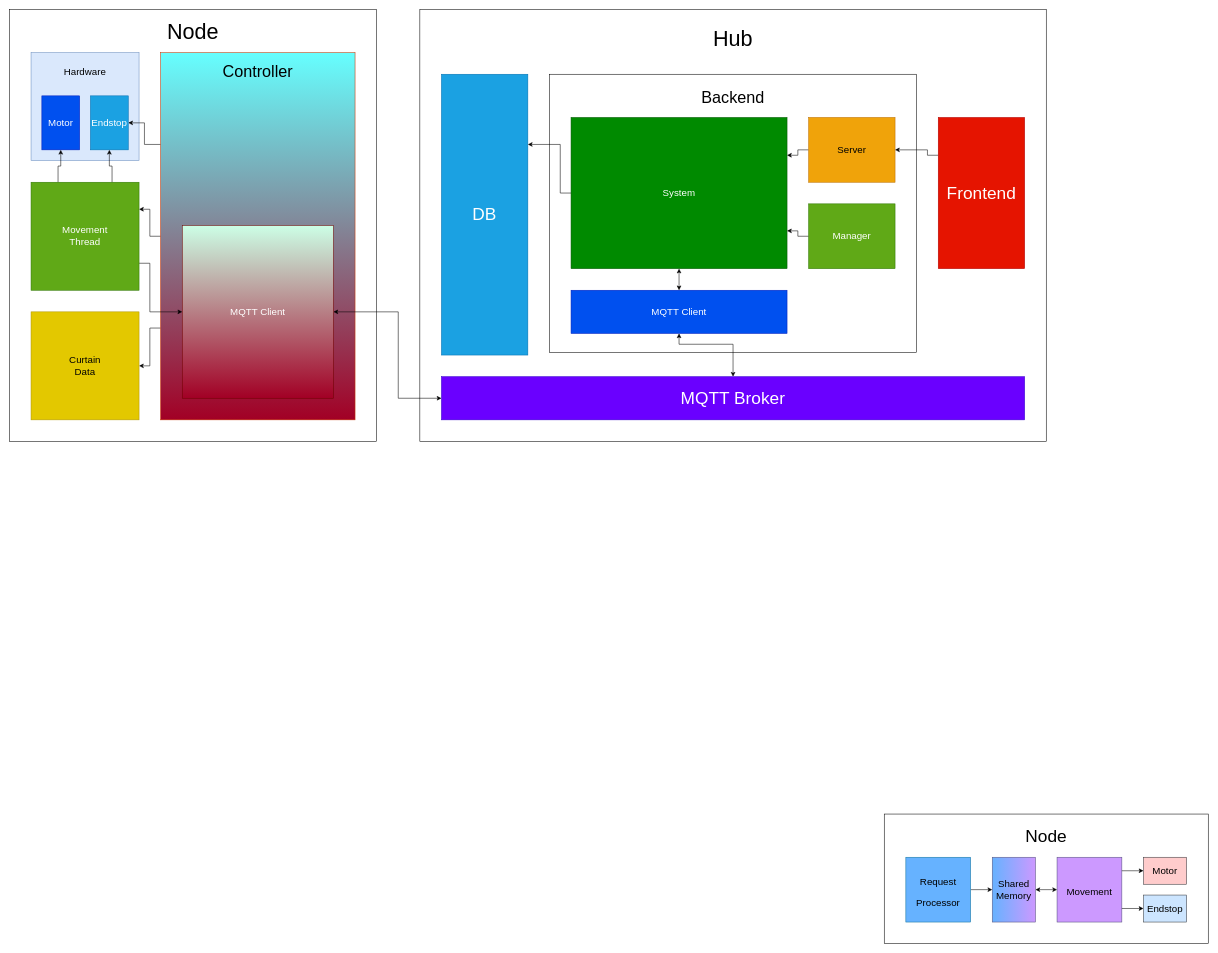
Above: Documentation/DrawIO/ADS.drawio in MPZinke/SmartCurtain (draw.io), before the change. Source tidied: cells renumbered, new cells numbered last; positions are measured from the earlier drawing's top-left corner, leaving out a move shared by most shapes. Both pictures are drawn from the tidied source at 54%, with x=0, y=0 at pixel (9, 9).
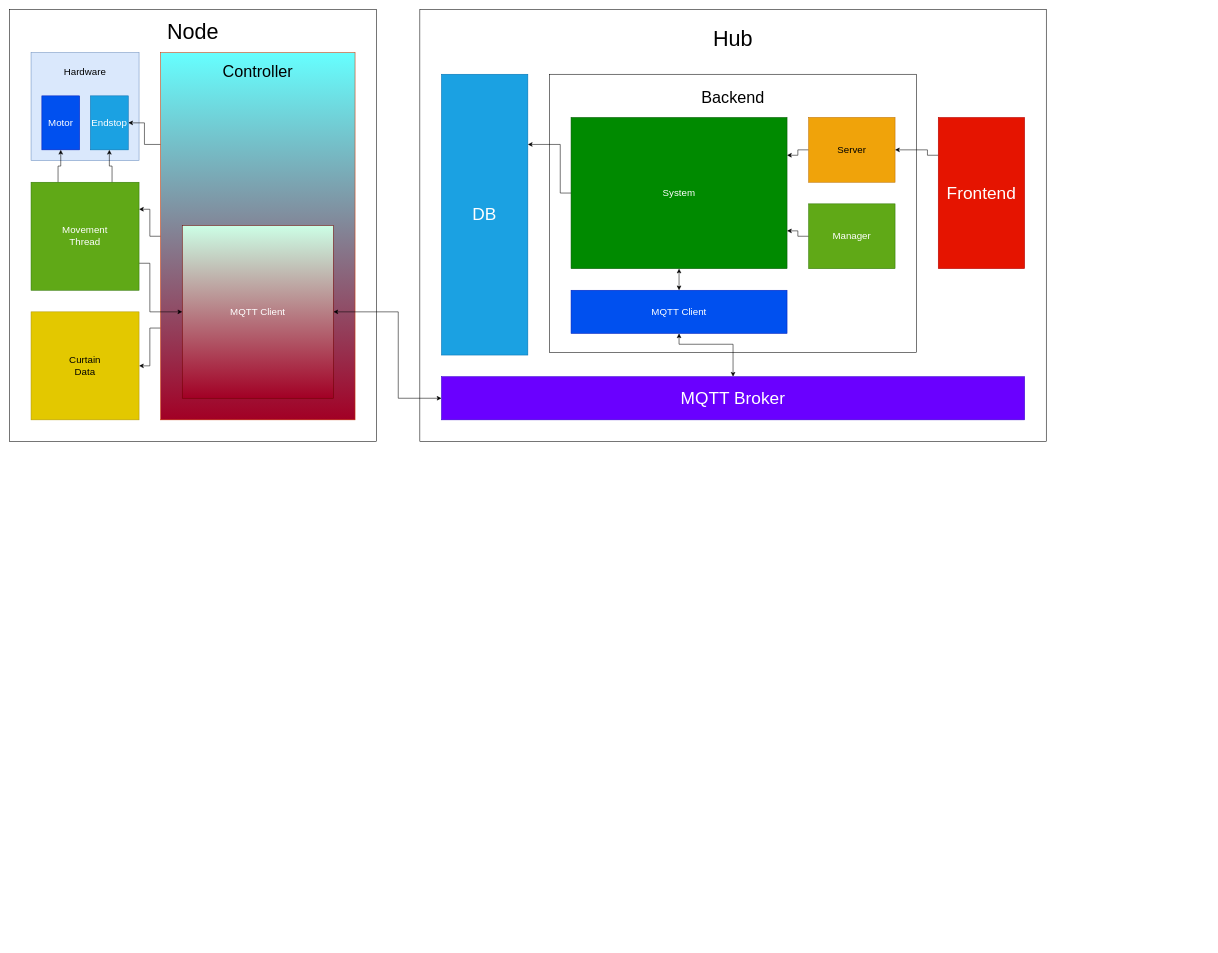
Above is the later version.

What changed in the source:
```diff
@@
-    <mxCell id="17" value="&lt;div&gt;Node&lt;/div&gt;&lt;div style=&quot;font-size: 12px;&quot;&gt;&lt;br&gt;&lt;/div&gt;&lt;div style=&quot;font-size: 12px;&quot;&gt;&lt;br&gt;&lt;/div&gt;&lt;div style=&quot;font-size: 12px;&quot;&gt;&lt;br&gt;&lt;/div&gt;&lt;div style=&quot;font-size: 12px;&quot;&gt;&lt;br&gt;&lt;/div&gt;&lt;div style=&quot;font-size: 12px;&quot;&gt;&lt;br&gt;&lt;/div&gt;&lt;div style=&quot;font-size: 12px;&quot;&gt;&lt;br&gt;&lt;/div&gt;&lt;div style=&quot;font-size: 12px;&quot;&gt;&lt;br&gt;&lt;/div&gt;&lt;div style=&quot;font-size: 12px;&quot;&gt;&lt;br&gt;&lt;/div&gt;&lt;div style=&quot;font-size: 12px;&quot;&gt;&lt;br&gt;&lt;/div&gt;&lt;div style=&quot;font-size: 12px;&quot;&gt;&lt;br&gt;&lt;/div&gt;&lt;div style=&quot;font-size: 12px;&quot;&gt;&lt;br&gt;&lt;/div&gt;" style="rounded=0;whiteSpace=wrap;html=1;fontSize=32;gradientDirection=radial;" parent="1" vertex="1">
-      <mxGeometry x="1620" y="1490" width="600" height="240" as="geometry" />
-    </mxCell>
-    <mxCell id="18" style="edgeStyle=orthogonalEdgeStyle;rounded=0;jettySize=auto;html=1;exitX=1;exitY=0.5;exitDx=0;exitDy=0;entryX=0;entryY=0.5;entryDx=0;entryDy=0;fontSize=42;fontColor=#FFFFFF;" parent="1" edge="1" source="19" target="21">
-      <mxGeometry relative="1" as="geometry" />
-    </mxCell>
-    <mxCell id="19" value="&lt;font style=&quot;font-size: 18px;&quot;&gt;Request Proces&lt;font style=&quot;font-size: 18px;&quot;&gt;s&lt;/font&gt;&lt;/font&gt;&lt;font style=&quot;font-size: 18px;&quot;&gt;or&lt;/font&gt;" style="rounded=0;whiteSpace=wrap;html=1;fontSize=32;fillColor=#66B2FF;strokeColor=#10739e;" parent="1" vertex="1">
-      <mxGeometry x="1660" y="1570" width="120" height="120" as="geometry" />
-    </mxCell>
-    <mxCell id="20" value="&lt;font style=&quot;font-size: 18px;&quot;&gt;Movement&lt;/font&gt;" style="rounded=0;whiteSpace=wrap;html=1;fontSize=32;fillColor=#CC99FF;strokeColor=#56517e;" parent="1" vertex="1">
-      <mxGeometry x="1940" y="1570" width="120" height="120" as="geometry" />
-    </mxCell>
-    <mxCell id="21" value="Shared Memory" style="rounded=0;whiteSpace=wrap;html=1;fontSize=18;fillColor=#CC99FF;strokeColor=#56517e;gradientColor=#66B2FF;gradientDirection=west;" parent="1" vertex="1">
-      <mxGeometry x="1820" y="1570" width="80" height="120" as="geometry" />
-    </mxCell>
-    <mxCell id="22" value="Motor" style="rounded=0;whiteSpace=wrap;html=1;fontSize=18;fillColor=#ffcccc;strokeColor=#36393d;" parent="1" vertex="1">
-      <mxGeometry x="2100" y="1570" width="80" height="50" as="geometry" />
-    </mxCell>
-    <mxCell id="23" value="Endstop" style="rounded=0;whiteSpace=wrap;html=1;fontSize=18;fillColor=#cce5ff;strokeColor=#36393d;" parent="1" vertex="1">
-      <mxGeometry x="2100" y="1640" width="80" height="50" as="geometry" />
-    </mxCell>
@@
-    <mxCell id="26" style="endArrow=classic;startArrow=classic;html=1;rounded=0;fontSize=42;fontColor=#FFFFFF;exitX=1;exitY=0.5;exitDx=0;exitDy=0;entryX=0;entryY=0.5;entryDx=0;entryDy=0;" parent="1" edge="1" source="21" target="20">
-      <mxGeometry relative="1" as="geometry" />
-    </mxCell>
-    <mxCell id="27" style="endArrow=classic;html=1;rounded=0;fontSize=42;fontColor=#FFFFFF;entryX=0;entryY=0.5;entryDx=0;entryDy=0;" parent="1" edge="1" target="22">
-      <mxGeometry relative="1" as="geometry">
-        <mxPoint x="2060" y="1595" as="sourcePoint" />
-      </mxGeometry>
-    </mxCell>
-    <mxCell id="28" style="endArrow=classic;html=1;rounded=0;fontSize=42;fontColor=#FFFFFF;entryX=0;entryY=0.5;entryDx=0;entryDy=0;" parent="1" edge="1">
-      <mxGeometry relative="1" as="geometry">
-        <mxPoint x="2060" y="1664.9" as="sourcePoint" />
-        <mxPoint x="2100" y="1664.9" as="targetPoint" />
-      </mxGeometry>
-    </mxCell>
```
